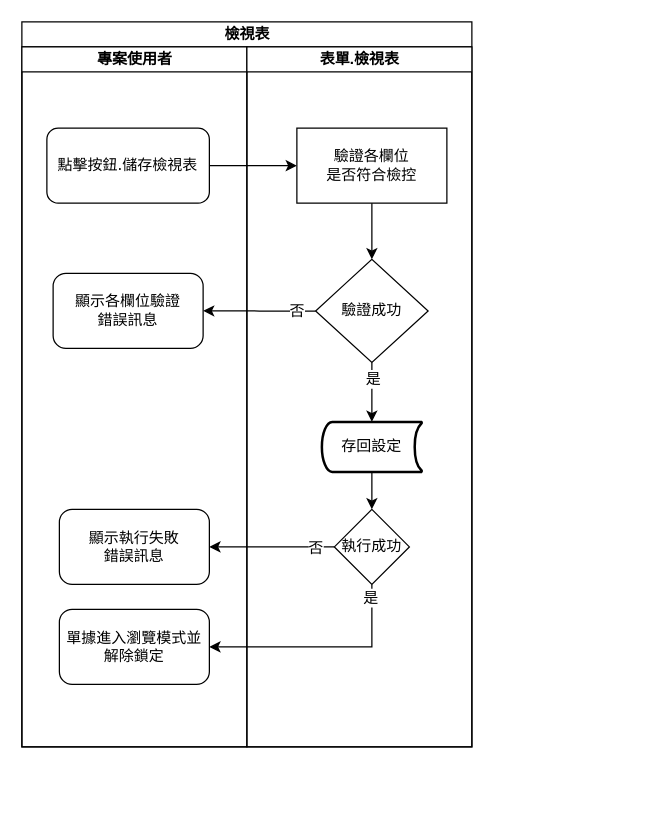
The draw.io diagram page "檢視表主頁_儲存" (6 of 17) of 8.10.1/UPDATE/ITEM_1/IDE/logical/attachment/Diagram_Logical_index.drawio in ArcareRD/sadocs, before the edit. Source tidied: cells renumbered, new cells numbered last; positions are measured from the earlier drawing's top-left corner, leaving out a move shared by most shapes. Both pictures are drawn from the tidied source at 125%, with x=0, y=0 at pixel (21, 21).
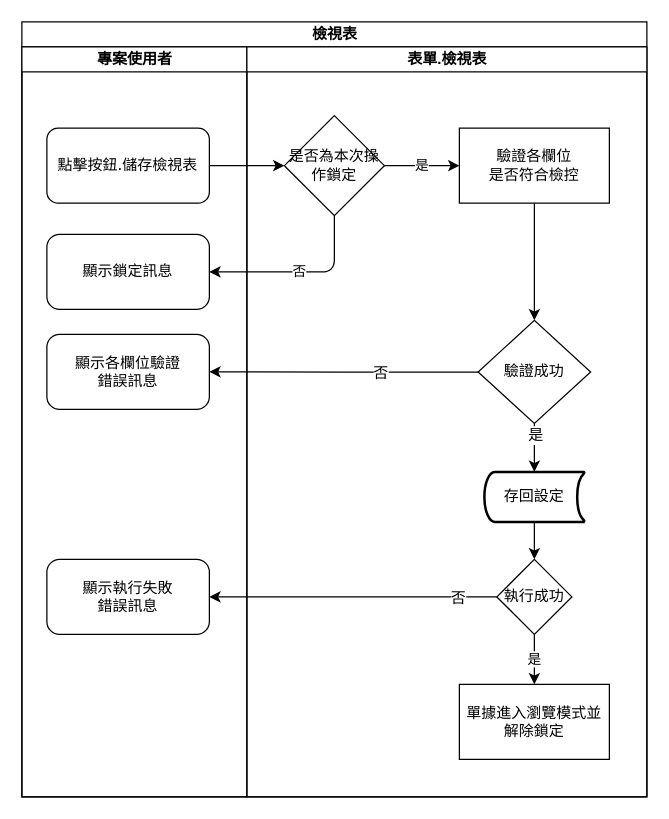
Above is the later version.

The change refers to these unchanged cells:
```xml
<mxCell id="4" value="&lt;font style=&quot;font-size: 12px&quot;&gt;點擊按鈕.儲存檢視表&lt;/font&gt;" style="rounded=1;whiteSpace=wrap;html=1;shadow=0;labelBackgroundColor=none;strokeWidth=1;fontFamily=Verdana;fontSize=8;align=center;" parent="3" vertex="1">
  <mxGeometry x="20" y="65" width="130" height="60" as="geometry" />
</mxCell>
```

What changed in the source:
```diff
@@
     <mxCell id="2" value="&lt;span style=&quot;font-size: 12px&quot;&gt;檢視表&lt;/span&gt;" style="swimlane;html=1;startSize=20;rounded=0;shadow=0;labelBackgroundColor=none;strokeWidth=1;fontFamily=Verdana;fontSize=8;align=center;" parent="1" vertex="1">
-      <mxGeometry width="360" height="580" as="geometry" />
+      <mxGeometry width="500" height="620" as="geometry" />
     </mxCell>
     <mxCell id="3" value="專案使用者" style="swimlane;html=1;startSize=20;" parent="2" vertex="1">
-      <mxGeometry y="20" width="180" height="560" as="geometry" />
+      <mxGeometry y="20" width="180" height="600" as="geometry" />
     </mxCell>
+    <mxCell id="6" value="&lt;span style=&quot;font-size: 12px&quot;&gt;顯示執行失敗&lt;br&gt;錯誤訊息&lt;/span&gt;" style="whiteSpace=wrap;html=1;rounded=1;shadow=0;fontFamily=Verdana;fontSize=8;strokeWidth=1;arcSize=17;" parent="3" vertex="1">
+      <mxGeometry x="20" y="410" width="130" height="60" as="geometry" />
+    </mxCell>
+    <mxCell id="24" value="&lt;span style=&quot;font-size: 12px&quot;&gt;顯示鎖定訊息&lt;/span&gt;" style="whiteSpace=wrap;html=1;rounded=1;shadow=0;fontFamily=Verdana;fontSize=8;strokeWidth=1;arcSize=17;" parent="3" vertex="1">
+      <mxGeometry x="20" y="150" width="130" height="60" as="geometry" />
+    </mxCell>
@@
     <mxCell id="5" value="&lt;font style=&quot;font-size: 12px&quot;&gt;顯示各欄位驗證&lt;br&gt;錯誤訊息&lt;/font&gt;" style="whiteSpace=wrap;html=1;rounded=1;shadow=0;fontFamily=Verdana;fontSize=8;strokeWidth=1;arcSize=17;" parent="3" vertex="1">
-      <mxGeometry x="25" y="181.2" width="120" height="60" as="geometry" />
+      <mxGeometry x="20" y="230" width="130" height="60" as="geometry" />
     </mxCell>
-    <mxCell id="6" value="&lt;span style=&quot;font-size: 12px&quot;&gt;顯示執行失敗&lt;br&gt;錯誤訊息&lt;/span&gt;" style="whiteSpace=wrap;html=1;rounded=1;shadow=0;fontFamily=Verdana;fontSize=8;strokeWidth=1;arcSize=17;" parent="3" vertex="1">
-      <mxGeometry x="30" y="370" width="120" height="60" as="geometry" />
-    </mxCell>
-    <mxCell id="7" value="&lt;span style=&quot;font-size: 12px&quot;&gt;單據進入瀏覽模式並解除鎖定&lt;/span&gt;" style="whiteSpace=wrap;html=1;rounded=1;shadow=0;fontFamily=Verdana;fontSize=8;strokeWidth=1;arcSize=17;" parent="3" vertex="1">
-      <mxGeometry x="30" y="450" width="120" height="60" as="geometry" />
-    </mxCell>
-    <mxCell id="8" style="edgeStyle=orthogonalEdgeStyle;rounded=0;jettySize=auto;html=1;fontSize=12;" parent="2" edge="1" source="4" target="12">
+    <mxCell id="8" style="edgeStyle=orthogonalEdgeStyle;rounded=0;jettySize=auto;html=1;fontSize=12;entryX=0;entryY=0.5;entryDx=0;entryDy=0;" parent="2" edge="1" source="4" target="25">
       <mxGeometry relative="1" as="geometry" />
     </mxCell>
@@
     <mxCell id="11" value="表單.檢視表" style="swimlane;html=1;startSize=20;" parent="2" vertex="1">
-      <mxGeometry x="180" y="20" width="180" height="560" as="geometry" />
+      <mxGeometry x="180" y="20" width="320" height="600" as="geometry" />
     </mxCell>
-    <mxCell id="12" value="驗證各欄位&lt;br&gt;是否符合檢控" style="whiteSpace=wrap;html=1;rounded=1;shadow=0;fontFamily=Verdana;fontSize=12;strokeWidth=1;arcSize=0;" parent="11" vertex="1">
-      <mxGeometry x="40" y="65" width="120" height="60" as="geometry" />
-    </mxCell>
-    <mxCell id="13" value="&lt;span style=&quot;font-size: 12px&quot;&gt;驗證成功&lt;/span&gt;" style="rhombus;whiteSpace=wrap;html=1;rounded=1;shadow=0;strokeWidth=1;fontFamily=Verdana;fontSize=8;arcSize=0;" parent="11" vertex="1">
-      <mxGeometry x="55" y="170" width="90" height="82.5" as="geometry" />
-    </mxCell>
-    <mxCell id="14" style="edgeStyle=orthogonalEdgeStyle;rounded=0;jettySize=auto;html=1;fontSize=12;entryX=0.5;entryY=0;entryDx=0;entryDy=0;" parent="11" edge="1" source="12" target="13">
+    <mxCell id="14" style="edgeStyle=orthogonalEdgeStyle;rounded=0;jettySize=auto;html=1;fontSize=12;entryX=0.5;entryY=0;entryDx=0;entryDy=0;exitX=0.5;exitY=1;exitDx=0;exitDy=0;" parent="11" edge="1" source="12" target="13">
       <mxGeometry relative="1" as="geometry" />
     </mxCell>
-    <mxCell id="15" style="edgeStyle=orthogonalEdgeStyle;rounded=0;jettySize=auto;html=1;fontSize=12;entryX=0.5;entryY=0;entryDx=0;entryDy=0;entryPerimeter=0;" parent="11" edge="1" source="13" target="17">
+    <mxCell id="15" style="edgeStyle=orthogonalEdgeStyle;rounded=0;jettySize=auto;html=1;fontSize=12;entryX=0.5;entryY=0;entryDx=0;entryDy=0;entryPerimeter=0;exitX=0.5;exitY=1;exitDx=0;exitDy=0;" parent="11" edge="1" source="13" target="17">
       <mxGeometry relative="1" as="geometry" />
     </mxCell>
@@
+    <mxCell id="18" style="edgeStyle=orthogonalEdgeStyle;rounded=0;jettySize=auto;html=1;fontSize=12;" parent="11" edge="1" source="17" target="19">
+      <mxGeometry relative="1" as="geometry" />
+    </mxCell>
+    <mxCell id="25" value="是否為本次操作鎖定" style="rhombus;whiteSpace=wrap;html=1;" parent="11" vertex="1">
+      <mxGeometry x="30" y="55" width="80" height="80" as="geometry" />
+    </mxCell>
+    <mxCell id="12" value="驗證各欄位&lt;br&gt;是否符合檢控" style="whiteSpace=wrap;html=1;rounded=1;shadow=0;fontFamily=Verdana;fontSize=12;strokeWidth=1;arcSize=0;" parent="11" vertex="1">
+      <mxGeometry x="170" y="65" width="120" height="60" as="geometry" />
+    </mxCell>
+    <mxCell id="26" value="是" style="endArrow=classic;html=1;exitX=1;exitY=0.5;exitDx=0;exitDy=0;entryX=0;entryY=0.5;entryDx=0;entryDy=0;" parent="11" edge="1" source="25" target="12">
+      <mxGeometry relative="1" as="geometry" />
+    </mxCell>
+    <mxCell id="22" value="是" style="endArrow=classic;html=1;exitX=0.5;exitY=1;exitDx=0;exitDy=0;" parent="11" edge="1" source="19" target="7">
+      <mxGeometry relative="1" as="geometry" />
+    </mxCell>
+    <mxCell id="13" value="&lt;span style=&quot;font-size: 12px&quot;&gt;驗證成功&lt;/span&gt;" style="rhombus;whiteSpace=wrap;html=1;rounded=1;shadow=0;strokeWidth=1;fontFamily=Verdana;fontSize=8;arcSize=0;" parent="11" vertex="1">
+      <mxGeometry x="185" y="218.8" width="90" height="82.5" as="geometry" />
+    </mxCell>
     <mxCell id="17" value="存回設定" style="strokeWidth=2;html=1;shape=mxgraph.flowchart.stored_data;whiteSpace=wrap;fontSize=12;" parent="11" vertex="1">
-      <mxGeometry x="60" y="300" width="80" height="40" as="geometry" />
+      <mxGeometry x="190" y="340" width="80" height="40" as="geometry" />
     </mxCell>
-    <mxCell id="18" style="edgeStyle=orthogonalEdgeStyle;rounded=0;jettySize=auto;html=1;fontSize=12;" parent="11" edge="1" source="17" target="19">
-      <mxGeometry relative="1" as="geometry" />
-    </mxCell>
     <mxCell id="19" value="執行成功" style="rhombus;whiteSpace=wrap;html=1;strokeWidth=1;" parent="11" vertex="1">
-      <mxGeometry x="70" y="370" width="60" height="60" as="geometry" />
+      <mxGeometry x="200" y="410" width="60" height="60" as="geometry" />
     </mxCell>
+    <mxCell id="7" value="&lt;span style=&quot;font-family: &amp;#34;verdana&amp;#34;&quot;&gt;單據進入瀏覽模式並解除鎖定&lt;/span&gt;" style="rounded=0;whiteSpace=wrap;html=1;" parent="11" vertex="1">
+      <mxGeometry x="170" y="510" width="120" height="60" as="geometry" />
+    </mxCell>
@@
-    <mxCell id="22" style="edgeStyle=orthogonalEdgeStyle;rounded=0;jettySize=auto;html=1;fontSize=12;entryX=1;entryY=0.5;entryDx=0;entryDy=0;" parent="2" edge="1" source="19" target="7">
-      <mxGeometry relative="1" as="geometry">
-        <Array as="points">
-          <mxPoint x="280" y="500" />
-        </Array>
-      </mxGeometry>
-    </mxCell>
-    <mxCell id="23" value="是" style="edgeLabel;html=1;align=center;verticalAlign=middle;fontSize=12;" parent="22" vertex="1">
-      <mxGeometry x="-0.89" y="-2" relative="1" as="geometry" />
-    </mxCell>
+    <mxCell id="27" value="否" style="endArrow=classic;html=1;entryX=1;entryY=0.5;entryDx=0;entryDy=0;exitX=0.5;exitY=1;exitDx=0;exitDy=0;" parent="2" edge="1" source="25" target="24">
+      <mxGeometry relative="1" as="geometry">
+        <Array as="points">
+          <mxPoint x="250" y="200" />
+        </Array>
+      </mxGeometry>
+    </mxCell>
```
